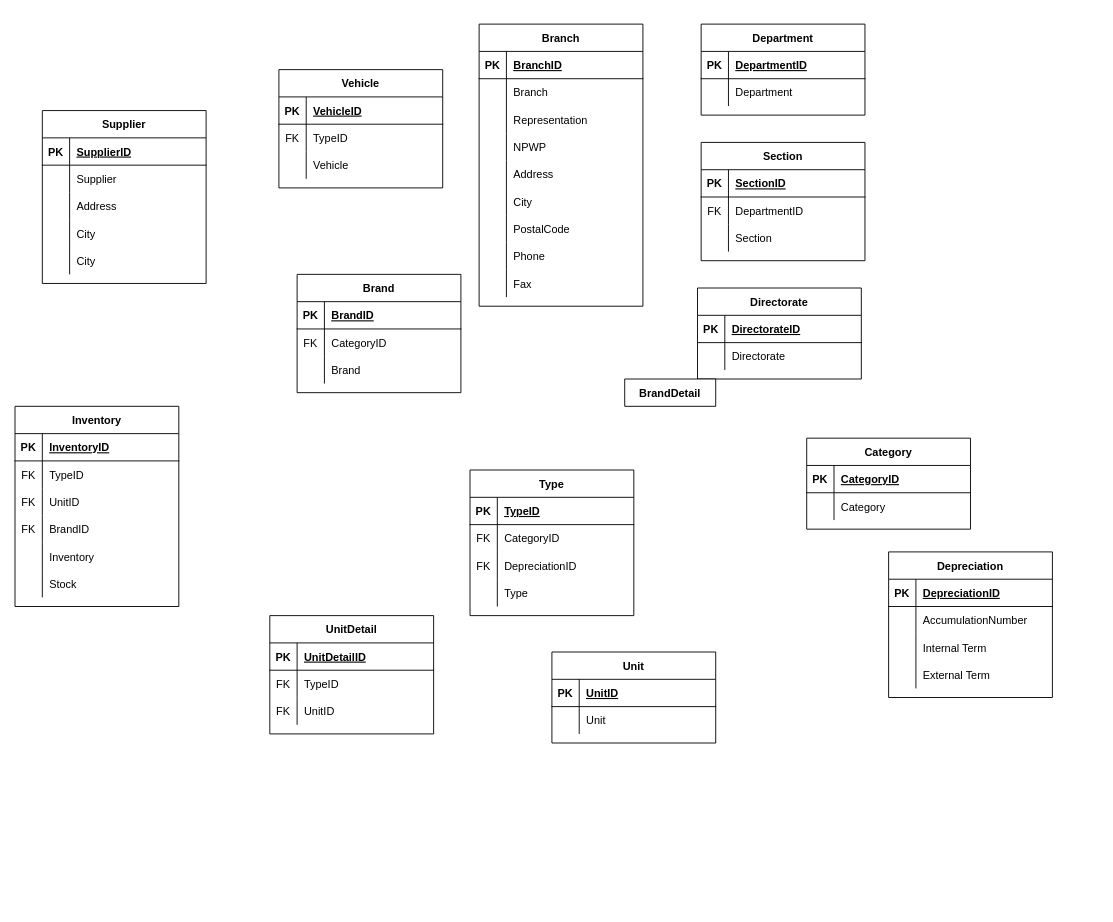
Before: assets/files/GAPlus.drawio in hansburnthem/hansburnthem, a draw.io diagram. Source tidied: cells renumbered, new cells numbered last; positions are measured from the earlier drawing's top-left corner, leaving out a move shared by most shapes. Both pictures are drawn from the tidied source at 91%, with x=0, y=0 at pixel (15, 24).
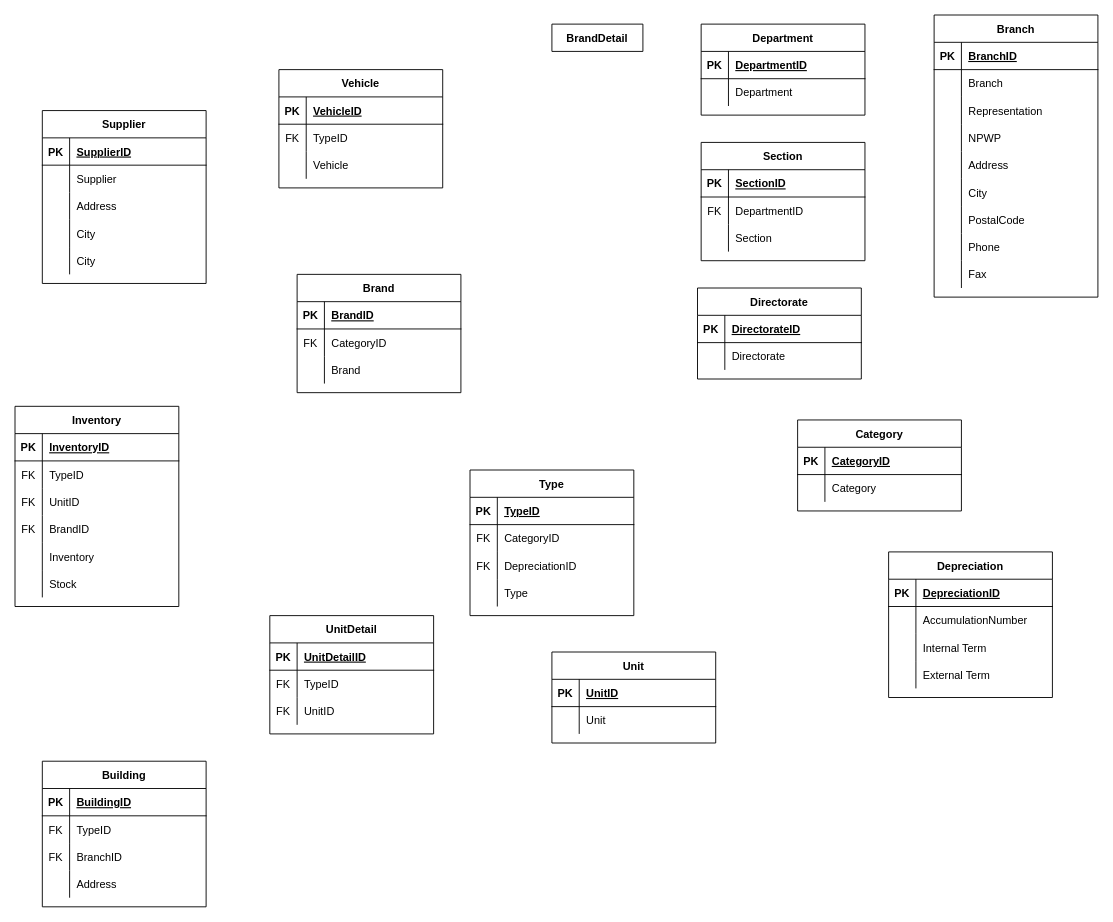
Above is the later version.

Change to the diagram source:
```diff
@@
     <mxCell id="2" value="Branch" style="shape=table;startSize=30;childLayout=tableLayout;rowLines=0;fontStyle=1;align=center;" parent="1" vertex="1">
-      <mxGeometry x="510" width="180" height="310" as="geometry" />
+      <mxGeometry x="1010" y="-10" width="180" height="310" as="geometry" />
     </mxCell>
@@
     <mxCell id="67" value="Category" style="shape=table;startSize=30;childLayout=tableLayout;rowLines=0;fontStyle=1;align=center;" parent="1" vertex="1">
-      <mxGeometry x="870" y="455" width="180" height="100" as="geometry" />
+      <mxGeometry x="860" y="435" width="180" height="100" as="geometry" />
     </mxCell>
@@
     <mxCell id="97" value="BrandDetail" style="shape=table;startSize=30;childLayout=tableLayout;rowLines=0;fontStyle=1;align=center;" parent="1" vertex="1" collapsed="1">
-      <mxGeometry x="670" y="390" width="100" height="30" as="geometry" />
+      <mxGeometry x="590" width="100" height="30" as="geometry" />
     </mxCell>
@@
+    <mxCell id="160" value="Building" style="shape=table;startSize=30;childLayout=tableLayout;rowLines=0;fontStyle=1;align=center;" parent="1" vertex="1">
+      <mxGeometry x="30" y="810" width="180" height="160" as="geometry" />
+    </mxCell>
+    <mxCell id="161" style="shape=partialRectangle;fillColor=none;top=0;left=0;bottom=1;right=0;" parent="160" vertex="1">
+      <mxGeometry y="30" width="180" height="30" as="geometry" />
+    </mxCell>
+    <mxCell id="162" value="PK" style="shape=partialRectangle;fillColor=none;top=0;left=0;bottom=0;right=0;fontStyle=1;overflow=hidden;" parent="161" vertex="1">
+      <mxGeometry width="30" height="30" as="geometry" />
+    </mxCell>
+    <mxCell id="163" value="BuildingID" style="shape=partialRectangle;fillColor=none;top=0;left=0;bottom=0;right=0;align=left;spacingLeft=6;fontStyle=5;overflow=hidden;" parent="161" vertex="1">
+      <mxGeometry x="30" width="150" height="30" as="geometry" />
+    </mxCell>
+    <mxCell id="164" style="shape=partialRectangle;fillColor=none;top=0;left=0;bottom=0;right=0;" parent="160" vertex="1">
+      <mxGeometry y="60" width="180" height="30" as="geometry" />
+    </mxCell>
+    <mxCell id="165" value="FK" style="shape=partialRectangle;fillColor=none;top=0;left=0;bottom=0;right=0;overflow=hidden;" parent="164" vertex="1">
+      <mxGeometry width="30" height="30" as="geometry" />
+    </mxCell>
+    <mxCell id="166" value="TypeID" style="shape=partialRectangle;fillColor=none;top=0;left=0;bottom=0;right=0;align=left;spacingLeft=6;overflow=hidden;" parent="164" vertex="1">
+      <mxGeometry x="30" width="150" height="30" as="geometry" />
+    </mxCell>
+    <mxCell id="167" style="shape=partialRectangle;fillColor=none;top=0;left=0;bottom=0;right=0;" parent="160" vertex="1">
+      <mxGeometry y="90" width="180" height="30" as="geometry" />
+    </mxCell>
+    <mxCell id="168" value="FK" style="shape=partialRectangle;fillColor=none;top=0;left=0;bottom=0;right=0;overflow=hidden;" parent="167" vertex="1">
+      <mxGeometry width="30" height="30" as="geometry" />
+    </mxCell>
+    <mxCell id="169" value="BranchID" style="shape=partialRectangle;fillColor=none;top=0;left=0;bottom=0;right=0;align=left;spacingLeft=6;overflow=hidden;" parent="167" vertex="1">
+      <mxGeometry x="30" width="150" height="30" as="geometry" />
+    </mxCell>
+    <mxCell id="170" style="shape=partialRectangle;fillColor=none;top=0;left=0;bottom=0;right=0;" parent="160" vertex="1">
+      <mxGeometry y="120" width="180" height="30" as="geometry" />
+    </mxCell>
+    <mxCell id="171" style="shape=partialRectangle;fillColor=none;top=0;left=0;bottom=0;right=0;overflow=hidden;" parent="170" vertex="1">
+      <mxGeometry width="30" height="30" as="geometry" />
+    </mxCell>
+    <mxCell id="172" value="Address" style="shape=partialRectangle;fillColor=none;top=0;left=0;bottom=0;right=0;align=left;spacingLeft=6;overflow=hidden;" parent="170" vertex="1">
+      <mxGeometry x="30" width="150" height="30" as="geometry" />
+    </mxCell>
```
